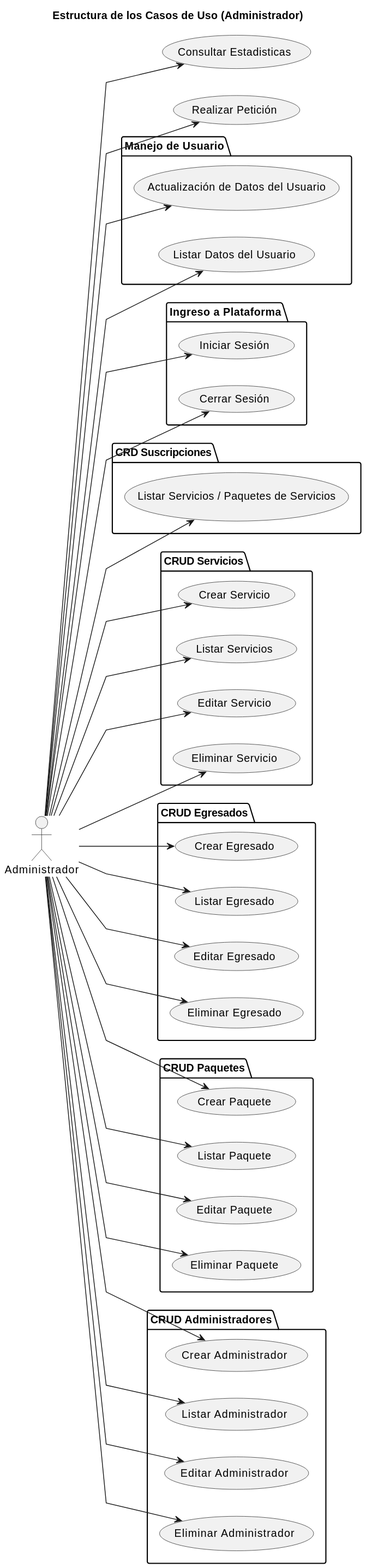
Earlier version of the PlantUML export Caso_de_Uso/Estructura/Administrador/Estructura.svg (mmasias/23-24-IdSw1-SDR).
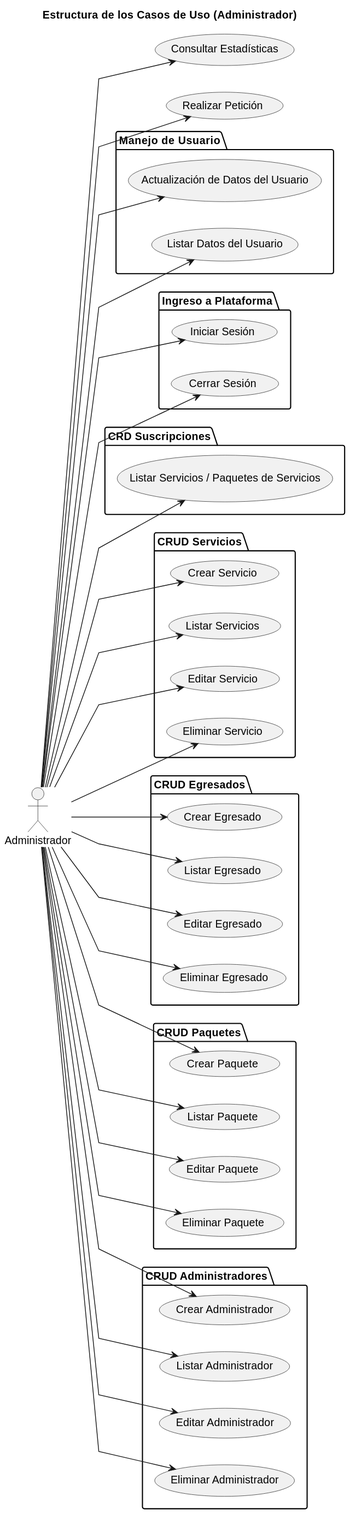
Above is the later version.

The edit, as a diff of the source:
```diff
@@ -12,7 +12,7 @@
 
 actor Administrador
 
-Administrador --> (Consultar Estadisticas)
+Administrador --> (Consultar Estadísticas)
 
 folder "Manejo de Usuario" as cuentas {
     Administrador --> (Actualización de Datos del Usuario)
```
